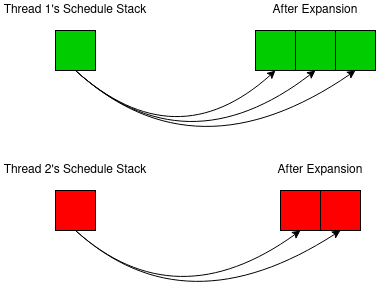
The draw.io diagram docs/Wiki/Parallelisation/diagrams/rendered/twoThreads.png in butterplup/Task-Scheduler, before a commit. Source tidied: cells renumbered, new cells last; positions are measured from the earlier drawing's top-left corner, leaving out a move shared by most shapes. Source of this version:
```xml
<mxGraphModel>
  <root>
    <mxCell id="0" />
    <mxCell id="1" parent="0" />
    <mxCell id="2" style="whiteSpace=wrap;html=1;fillColor=#00CC00;" parent="1" vertex="1">
      <mxGeometry x="55" y="30" width="40" height="40" as="geometry" />
    </mxCell>
    <mxCell id="3" style="whiteSpace=wrap;html=1;fillColor=#00CC00;" parent="1" vertex="1">
      <mxGeometry x="255" y="30" width="40" height="40" as="geometry" />
    </mxCell>
    <mxCell id="4" style="whiteSpace=wrap;html=1;fillColor=#00CC00;" parent="1" vertex="1">
      <mxGeometry x="295" y="30" width="40" height="40" as="geometry" />
    </mxCell>
    <mxCell id="5" style="whiteSpace=wrap;html=1;fillColor=#00CC00;" parent="1" vertex="1">
      <mxGeometry x="335" y="30" width="40" height="40" as="geometry" />
    </mxCell>
    <mxCell id="6" value="After Expansion" style="text;html=1;strokeColor=none;fillColor=none;align=center;verticalAlign=middle;whiteSpace=wrap;rounded=0;" parent="1" vertex="1">
      <mxGeometry x="270" width="90" height="20" as="geometry" />
    </mxCell>
    <mxCell id="7" value="Thread 1's Schedule Stack" style="text;html=1;strokeColor=none;fillColor=none;align=center;verticalAlign=middle;whiteSpace=wrap;rounded=0;" parent="1" vertex="1">
      <mxGeometry width="150" height="20" as="geometry" />
    </mxCell>
    <mxCell id="8" style="endArrow=classic;html=1;exitX=0.5;exitY=1;exitDx=0;exitDy=0;entryX=0.5;entryY=1;entryDx=0;entryDy=0;curved=1;" parent="1" edge="1" source="2" target="3">
      <mxGeometry relative="1" as="geometry">
        <Array as="points">
          <mxPoint x="175" y="160" />
        </Array>
      </mxGeometry>
    </mxCell>
    <mxCell id="9" style="endArrow=classic;html=1;exitX=0.5;exitY=1;exitDx=0;exitDy=0;entryX=0.5;entryY=1;entryDx=0;entryDy=0;curved=1;" parent="1" edge="1" source="2" target="4">
      <mxGeometry relative="1" as="geometry">
        <Array as="points">
          <mxPoint x="185" y="170" />
        </Array>
      </mxGeometry>
    </mxCell>
    <mxCell id="10" style="endArrow=classic;html=1;exitX=0.5;exitY=1;exitDx=0;exitDy=0;entryX=0.5;entryY=1;entryDx=0;entryDy=0;curved=1;" parent="1" edge="1" source="2" target="5">
      <mxGeometry relative="1" as="geometry">
        <Array as="points">
          <mxPoint x="195" y="180" />
        </Array>
      </mxGeometry>
    </mxCell>
    <mxCell id="11" style="whiteSpace=wrap;html=1;fillColor=#FF0000;" parent="1" vertex="1">
      <mxGeometry x="55" y="190" width="40" height="40" as="geometry" />
    </mxCell>
    <mxCell id="12" style="whiteSpace=wrap;html=1;fillColor=#FF0000;" parent="1" vertex="1">
      <mxGeometry x="280" y="190" width="40" height="40" as="geometry" />
    </mxCell>
    <mxCell id="13" style="whiteSpace=wrap;html=1;fillColor=#FF0000;" parent="1" vertex="1">
      <mxGeometry x="320" y="190" width="40" height="40" as="geometry" />
    </mxCell>
    <mxCell id="14" value="After Expansion" style="text;html=1;strokeColor=none;fillColor=none;align=center;verticalAlign=middle;whiteSpace=wrap;rounded=0;" parent="1" vertex="1">
      <mxGeometry x="270" y="160" width="100" height="20" as="geometry" />
    </mxCell>
    <mxCell id="15" value="Thread 2's Schedule Stack" style="text;html=1;strokeColor=none;fillColor=none;align=center;verticalAlign=middle;whiteSpace=wrap;rounded=0;" parent="1" vertex="1">
      <mxGeometry y="160" width="150" height="20" as="geometry" />
    </mxCell>
    <mxCell id="16" style="endArrow=classic;html=1;exitX=0.5;exitY=1;exitDx=0;exitDy=0;entryX=0.5;entryY=1;entryDx=0;entryDy=0;curved=1;" parent="1" edge="1" source="11" target="12">
      <mxGeometry relative="1" as="geometry">
        <Array as="points">
          <mxPoint x="175" y="320" />
        </Array>
      </mxGeometry>
    </mxCell>
    <mxCell id="17" style="endArrow=classic;html=1;exitX=0.5;exitY=1;exitDx=0;exitDy=0;entryX=0.5;entryY=1;entryDx=0;entryDy=0;curved=1;" parent="1" edge="1" source="11" target="13">
      <mxGeometry relative="1" as="geometry">
        <Array as="points">
          <mxPoint x="185" y="330" />
        </Array>
      </mxGeometry>
    </mxCell>
  </root>
</mxGraphModel>
```
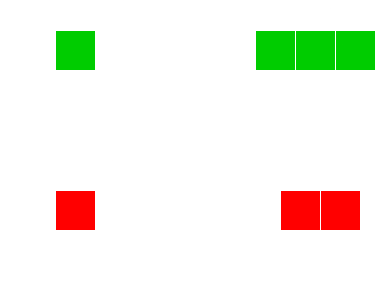
After the commit.

Change to the diagram source:
```diff
@@ -2,68 +2,68 @@
   <root>
     <mxCell id="0" />
     <mxCell id="1" parent="0" />
-    <mxCell id="2" style="whiteSpace=wrap;html=1;fillColor=#00CC00;" parent="1" vertex="1">
+    <mxCell id="2" style="whiteSpace=wrap;html=1;fillColor=#00CC00;strokeColor=#FFFFFF;fontColor=#FFFFFF;" parent="1" vertex="1">
       <mxGeometry x="55" y="30" width="40" height="40" as="geometry" />
     </mxCell>
-    <mxCell id="3" style="whiteSpace=wrap;html=1;fillColor=#00CC00;" parent="1" vertex="1">
+    <mxCell id="3" style="whiteSpace=wrap;html=1;fillColor=#00CC00;strokeColor=#FFFFFF;fontColor=#FFFFFF;" parent="1" vertex="1">
       <mxGeometry x="255" y="30" width="40" height="40" as="geometry" />
     </mxCell>
-    <mxCell id="4" style="whiteSpace=wrap;html=1;fillColor=#00CC00;" parent="1" vertex="1">
+    <mxCell id="4" style="whiteSpace=wrap;html=1;fillColor=#00CC00;strokeColor=#FFFFFF;fontColor=#FFFFFF;" parent="1" vertex="1">
       <mxGeometry x="295" y="30" width="40" height="40" as="geometry" />
     </mxCell>
-    <mxCell id="5" style="whiteSpace=wrap;html=1;fillColor=#00CC00;" parent="1" vertex="1">
+    <mxCell id="5" style="whiteSpace=wrap;html=1;fillColor=#00CC00;strokeColor=#FFFFFF;fontColor=#FFFFFF;" parent="1" vertex="1">
       <mxGeometry x="335" y="30" width="40" height="40" as="geometry" />
     </mxCell>
-    <mxCell id="6" value="After Expansion" style="text;html=1;strokeColor=none;fillColor=none;align=center;verticalAlign=middle;whiteSpace=wrap;rounded=0;" parent="1" vertex="1">
+    <mxCell id="6" value="After Expansion" style="text;html=1;fillColor=none;align=center;verticalAlign=middle;whiteSpace=wrap;rounded=0;strokeColor=#FFFFFF;fontColor=#FFFFFF;" parent="1" vertex="1">
       <mxGeometry x="270" width="90" height="20" as="geometry" />
     </mxCell>
-    <mxCell id="7" value="Thread 1's Schedule Stack" style="text;html=1;strokeColor=none;fillColor=none;align=center;verticalAlign=middle;whiteSpace=wrap;rounded=0;" parent="1" vertex="1">
+    <mxCell id="7" value="Thread 1's Schedule Stack" style="text;html=1;fillColor=none;align=center;verticalAlign=middle;whiteSpace=wrap;rounded=0;strokeColor=#FFFFFF;fontColor=#FFFFFF;" parent="1" vertex="1">
       <mxGeometry width="150" height="20" as="geometry" />
     </mxCell>
-    <mxCell id="8" style="endArrow=classic;html=1;exitX=0.5;exitY=1;exitDx=0;exitDy=0;entryX=0.5;entryY=1;entryDx=0;entryDy=0;curved=1;" parent="1" edge="1" source="2" target="3">
+    <mxCell id="8" style="endArrow=classic;html=1;exitX=0.5;exitY=1;exitDx=0;exitDy=0;entryX=0.5;entryY=1;entryDx=0;entryDy=0;curved=1;strokeColor=#FFFFFF;fontColor=#FFFFFF;" parent="1" edge="1" source="2" target="3">
       <mxGeometry relative="1" as="geometry">
         <Array as="points">
           <mxPoint x="175" y="160" />
         </Array>
       </mxGeometry>
     </mxCell>
-    <mxCell id="9" style="endArrow=classic;html=1;exitX=0.5;exitY=1;exitDx=0;exitDy=0;entryX=0.5;entryY=1;entryDx=0;entryDy=0;curved=1;" parent="1" edge="1" source="2" target="4">
+    <mxCell id="9" style="endArrow=classic;html=1;exitX=0.5;exitY=1;exitDx=0;exitDy=0;entryX=0.5;entryY=1;entryDx=0;entryDy=0;curved=1;strokeColor=#FFFFFF;fontColor=#FFFFFF;" parent="1" edge="1" source="2" target="4">
       <mxGeometry relative="1" as="geometry">
         <Array as="points">
           <mxPoint x="185" y="170" />
         </Array>
       </mxGeometry>
     </mxCell>
-    <mxCell id="10" style="endArrow=classic;html=1;exitX=0.5;exitY=1;exitDx=0;exitDy=0;entryX=0.5;entryY=1;entryDx=0;entryDy=0;curved=1;" parent="1" edge="1" source="2" target="5">
+    <mxCell id="10" style="endArrow=classic;html=1;exitX=0.5;exitY=1;exitDx=0;exitDy=0;entryX=0.5;entryY=1;entryDx=0;entryDy=0;curved=1;strokeColor=#FFFFFF;fontColor=#FFFFFF;" parent="1" edge="1" source="2" target="5">
       <mxGeometry relative="1" as="geometry">
         <Array as="points">
           <mxPoint x="195" y="180" />
         </Array>
       </mxGeometry>
     </mxCell>
-    <mxCell id="11" style="whiteSpace=wrap;html=1;fillColor=#FF0000;" parent="1" vertex="1">
+    <mxCell id="11" style="whiteSpace=wrap;html=1;fillColor=#FF0000;strokeColor=#FFFFFF;fontColor=#FFFFFF;" parent="1" vertex="1">
       <mxGeometry x="55" y="190" width="40" height="40" as="geometry" />
     </mxCell>
-    <mxCell id="12" style="whiteSpace=wrap;html=1;fillColor=#FF0000;" parent="1" vertex="1">
+    <mxCell id="12" style="whiteSpace=wrap;html=1;fillColor=#FF0000;strokeColor=#FFFFFF;fontColor=#FFFFFF;" parent="1" vertex="1">
       <mxGeometry x="280" y="190" width="40" height="40" as="geometry" />
     </mxCell>
-    <mxCell id="13" style="whiteSpace=wrap;html=1;fillColor=#FF0000;" parent="1" vertex="1">
+    <mxCell id="13" style="whiteSpace=wrap;html=1;fillColor=#FF0000;strokeColor=#FFFFFF;fontColor=#FFFFFF;" parent="1" vertex="1">
       <mxGeometry x="320" y="190" width="40" height="40" as="geometry" />
     </mxCell>
-    <mxCell id="14" value="After Expansion" style="text;html=1;strokeColor=none;fillColor=none;align=center;verticalAlign=middle;whiteSpace=wrap;rounded=0;" parent="1" vertex="1">
+    <mxCell id="14" value="After Expansion" style="text;html=1;fillColor=none;align=center;verticalAlign=middle;whiteSpace=wrap;rounded=0;strokeColor=#FFFFFF;fontColor=#FFFFFF;" parent="1" vertex="1">
       <mxGeometry x="270" y="160" width="100" height="20" as="geometry" />
     </mxCell>
-    <mxCell id="15" value="Thread 2's Schedule Stack" style="text;html=1;strokeColor=none;fillColor=none;align=center;verticalAlign=middle;whiteSpace=wrap;rounded=0;" parent="1" vertex="1">
+    <mxCell id="15" value="Thread 2's Schedule Stack" style="text;html=1;fillColor=none;align=center;verticalAlign=middle;whiteSpace=wrap;rounded=0;strokeColor=#FFFFFF;fontColor=#FFFFFF;" parent="1" vertex="1">
       <mxGeometry y="160" width="150" height="20" as="geometry" />
     </mxCell>
-    <mxCell id="16" style="endArrow=classic;html=1;exitX=0.5;exitY=1;exitDx=0;exitDy=0;entryX=0.5;entryY=1;entryDx=0;entryDy=0;curved=1;" parent="1" edge="1" source="11" target="12">
+    <mxCell id="16" style="endArrow=classic;html=1;exitX=0.5;exitY=1;exitDx=0;exitDy=0;entryX=0.5;entryY=1;entryDx=0;entryDy=0;curved=1;strokeColor=#FFFFFF;fontColor=#FFFFFF;" parent="1" edge="1" source="11" target="12">
       <mxGeometry relative="1" as="geometry">
         <Array as="points">
           <mxPoint x="175" y="320" />
         </Array>
       </mxGeometry>
     </mxCell>
-    <mxCell id="17" style="endArrow=classic;html=1;exitX=0.5;exitY=1;exitDx=0;exitDy=0;entryX=0.5;entryY=1;entryDx=0;entryDy=0;curved=1;" parent="1" edge="1" source="11" target="13">
+    <mxCell id="17" style="endArrow=classic;html=1;exitX=0.5;exitY=1;exitDx=0;exitDy=0;entryX=0.5;entryY=1;entryDx=0;entryDy=0;curved=1;strokeColor=#FFFFFF;fontColor=#FFFFFF;" parent="1" edge="1" source="11" target="13">
       <mxGeometry relative="1" as="geometry">
         <Array as="points">
           <mxPoint x="185" y="330" />
```
